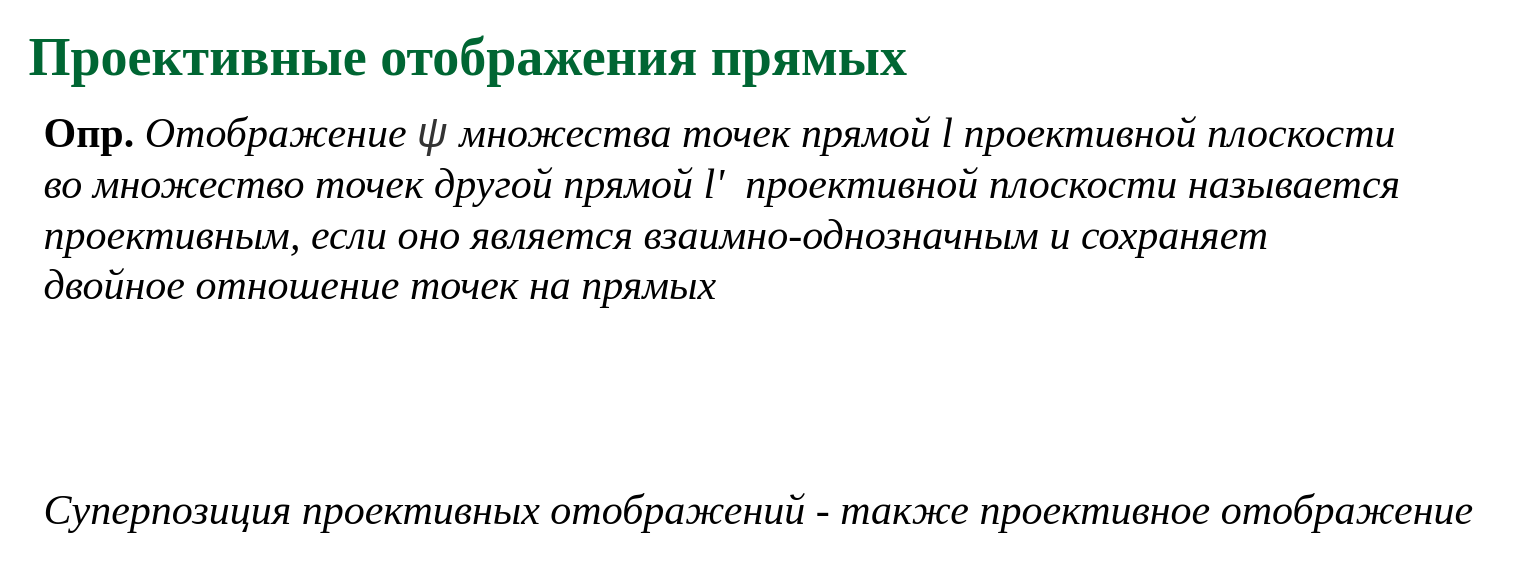
Earlier version of the draw.io diagram page "p01" (1 of 7) of slides/proj_mapp.drawio (amcp-pit/geom_course). Source tidied: cells renumbered, new cells numbered last; positions are measured from the earlier drawing's top-left corner, leaving out a move shared by most shapes. Both pictures are drawn from the tidied source at 150%, with x=0, y=0 at pixel (26, 42).
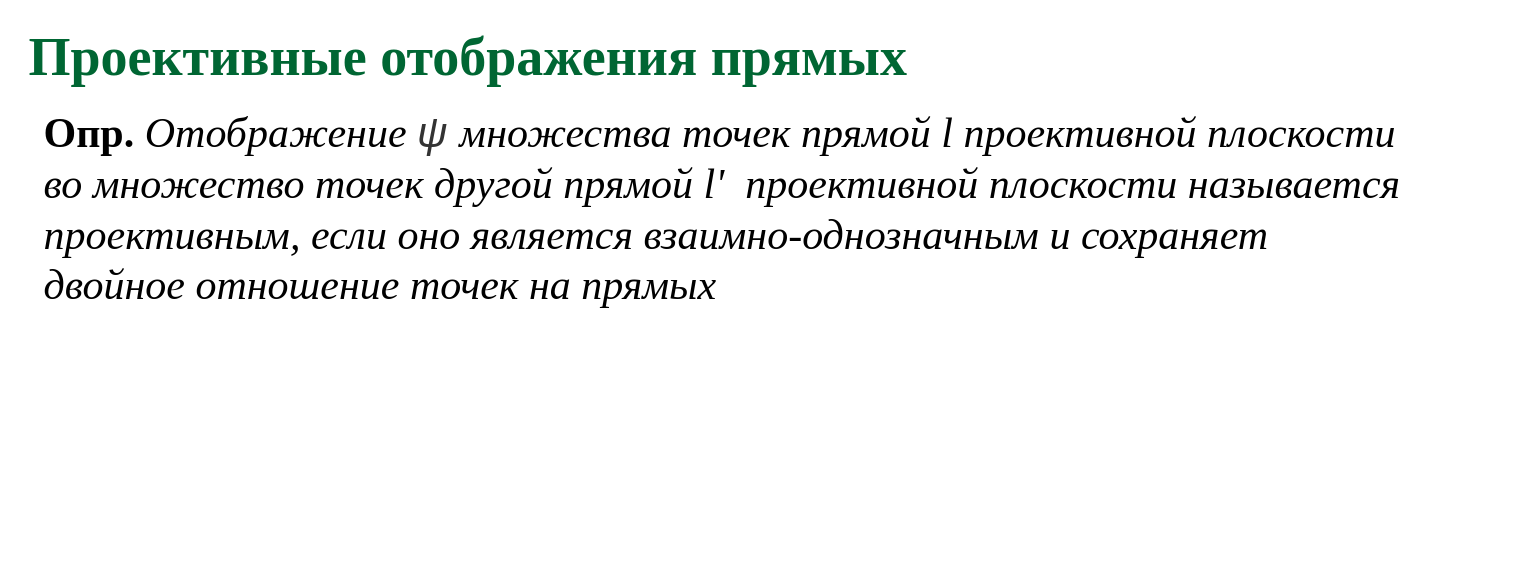
After the change.

What changed in the source:
```diff
@@
 <mxGraphModel>
   <root>
     <mxCell id="0" />
     <mxCell id="1" parent="0" />
     <mxCell id="2" value="&lt;font color=&quot;#006633&quot; face=&quot;garamond&quot;&gt;&lt;span style=&quot;font-size: 36px&quot;&gt;&lt;b&gt;Проективные отображения прямых&lt;/b&gt;&lt;/span&gt;&lt;/font&gt;" style="text;html=1;align=left;verticalAlign=middle;whiteSpace=wrap;rounded=0;" parent="1" vertex="1">
       <mxGeometry width="920" height="20" as="geometry" />
     </mxCell>
     <mxCell id="3" value="&lt;div&gt;&lt;/div&gt;&lt;b style=&quot;font-size: 28px ; font-family: &amp;#34;times new roman&amp;#34;&quot;&gt;Опр.&lt;/b&gt;&lt;span style=&quot;font-size: 28px ; font-family: &amp;#34;times new roman&amp;#34;&quot;&gt;&amp;nbsp;&lt;/span&gt;&lt;i style=&quot;font-size: 28px ; font-family: &amp;#34;times new roman&amp;#34;&quot;&gt;Отображение&amp;nbsp;&lt;/i&gt;&lt;span style=&quot;color: rgb(51 , 51 , 51) ; font-family: &amp;#34;u0000&amp;#34; ; font-size: 28px ; text-align: center ; background-color: rgb(255 , 255 , 255)&quot;&gt;&lt;i&gt;ψ&lt;/i&gt;&amp;nbsp;&lt;/span&gt;&lt;i style=&quot;font-size: 28px ; font-family: &amp;#34;times new roman&amp;#34;&quot;&gt;множества точек прямой l проективной плоскости&lt;/i&gt;&lt;span style=&quot;color: rgb(51 , 51 , 51) ; font-family: &amp;#34;u0000&amp;#34; ; font-size: 28px ; text-align: center ; background-color: rgb(255 , 255 , 255)&quot;&gt;&lt;br&gt;&lt;/span&gt;&lt;font face=&quot;Times New Roman&quot; style=&quot;font-size: 28px&quot;&gt;&lt;div&gt;&lt;i&gt;во множество точек другой прямой l'&amp;nbsp; проективной плоскости называется&amp;nbsp;&lt;/i&gt;&lt;/div&gt;&lt;i&gt;&lt;font face=&quot;Times New Roman&quot;&gt;&lt;i&gt;проективным, если оно является взаимно-однозначным и сохраняет &lt;br&gt;двойное отношение точек на прямых&lt;/i&gt;&lt;/font&gt;&lt;/i&gt;&lt;/font&gt;" style="text;html=1;align=left;verticalAlign=middle;" parent="1" vertex="1">
       <mxGeometry x="10" y="71" width="930" height="80" as="geometry" />
     </mxCell>
-    <mxCell id="4" value="&lt;div&gt;&lt;/div&gt;&lt;i style=&quot;font-size: 28px ; font-family: &amp;#34;times new roman&amp;#34;&quot;&gt;Суперпозиция проективных отображений - также проективное отображение&lt;/i&gt;" style="text;html=1;align=left;verticalAlign=middle;" parent="1" vertex="1">
-      <mxGeometry x="10" y="301" width="970" height="20" as="geometry" />
-    </mxCell>
   </root>
 </mxGraphModel>
```
